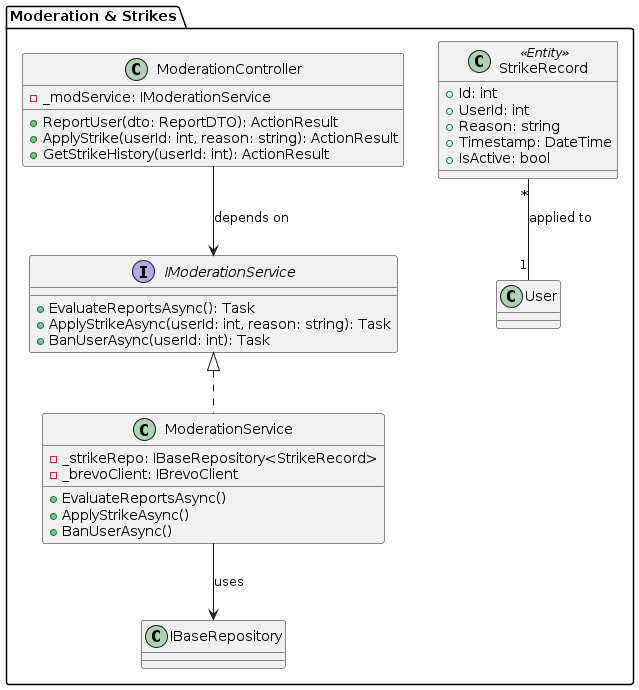
upc-pre-1asi0729-11848-arcadiadevs/viora-report keeps this PlantUML diagram as report/assets/class-diagrams/moderation-and-strikes-component-diagram.png. Above is the earlier version.
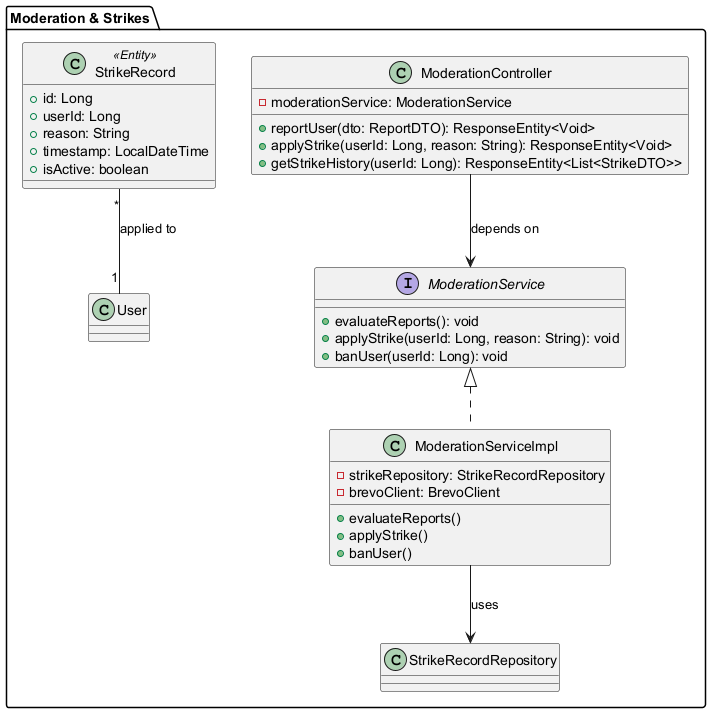
The same diagram one commit later.

The edit, as a diff of the source:
```diff
@@ -1,37 +1,37 @@
 @startuml
 package "Moderation & Strikes" {
     class ModerationController {
-        - _modService: IModerationService
-        + ReportUser(dto: ReportDTO): ActionResult
-        + ApplyStrike(userId: int, reason: string): ActionResult
-        + GetStrikeHistory(userId: int): ActionResult
+        - moderationService: ModerationService
+        + reportUser(dto: ReportDTO): ResponseEntity<Void>
+        + applyStrike(userId: Long, reason: String): ResponseEntity<Void>
+        + getStrikeHistory(userId: Long): ResponseEntity<List<StrikeDTO>>
     }
 
-    interface IModerationService {
-        + EvaluateReportsAsync(): Task
-        + ApplyStrikeAsync(userId: int, reason: string): Task
-        + BanUserAsync(userId: int): Task
+    interface ModerationService {
+        + evaluateReports(): void
+        + applyStrike(userId: Long, reason: String): void
+        + banUser(userId: Long): void
     }
 
-    class ModerationService {
-        - _strikeRepo: IBaseRepository<StrikeRecord>
-        - _brevoClient: IBrevoClient
-        + EvaluateReportsAsync()
-        + ApplyStrikeAsync()
-        + BanUserAsync()
+    class ModerationServiceImpl {
+        - strikeRepository: StrikeRecordRepository
+        - brevoClient: BrevoClient
+        + evaluateReports()
+        + applyStrike()
+        + banUser()
     }
 
     class StrikeRecord <<Entity>> {
-        + Id: int
-        + UserId: int
-        + Reason: string
-        + Timestamp: DateTime
-        + IsActive: bool
+        + id: Long
+        + userId: Long
+        + reason: String
+        + timestamp: LocalDateTime
+        + isActive: boolean
     }
 
-    IModerationService <|.. ModerationService
-    ModerationService --> IBaseRepository : uses
-    ModerationController --> IModerationService : depends on
+    ModerationService <|.. ModerationServiceImpl
+    ModerationServiceImpl --> StrikeRecordRepository : uses
+    ModerationController --> ModerationService : depends on
     StrikeRecord "*" -- "1" User : applied to
 }
 @enduml
```
